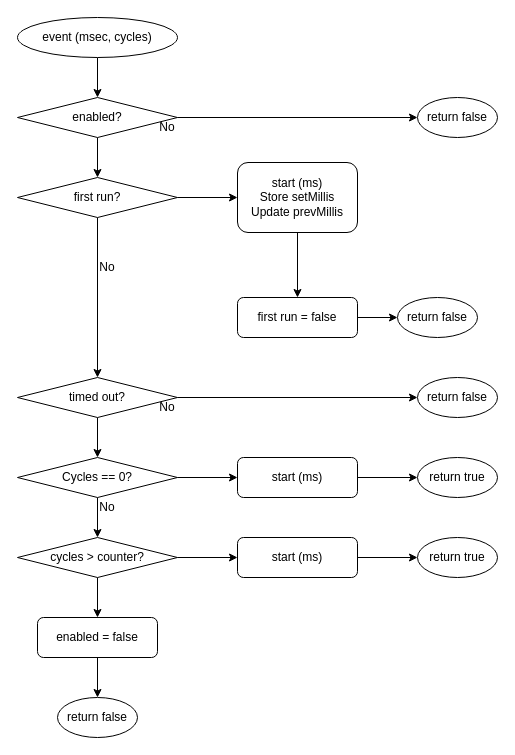
This is Flowchart.drawio from RichardLangner/SimpleTimer, a draw.io file, before an edit. Source tidied: cells renumbered, new cells numbered last; positions are measured from the earlier drawing's top-left corner, leaving out a move shared by most shapes. Both pictures are drawn from the tidied source at 100%, with x=0, y=0 at pixel (17, 17).
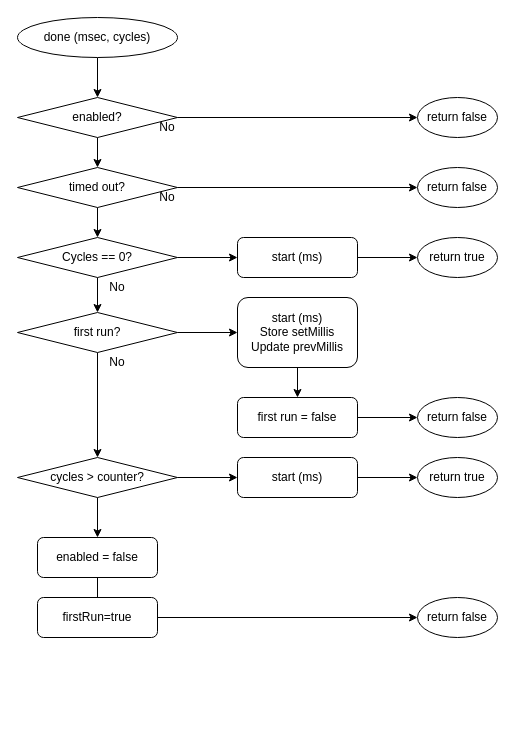
Above is the later version.

The change refers to these unchanged cells:
```xml
<mxCell id="6" value="enabled?" style="rhombus;whiteSpace=wrap;html=1;" parent="1" vertex="1">
  <mxGeometry y="80" width="160" height="40" as="geometry" />
</mxCell>
```

The edit, as a diff of the source:
```diff
@@
-    <mxCell id="3" value="event (msec, cycles)" style="ellipse;whiteSpace=wrap;html=1;" parent="1" vertex="1">
+    <mxCell id="3" value="done (msec, cycles)" style="ellipse;whiteSpace=wrap;html=1;" parent="1" vertex="1">
       <mxGeometry width="160" height="40" as="geometry" />
     </mxCell>
-    <mxCell id="4" style="edgeStyle=none;html=1;" parent="1" edge="1" source="6" target="9">
-      <mxGeometry relative="1" as="geometry" />
-    </mxCell>
@@
+    <mxCell id="39" style="edgeStyle=none;html=1;" parent="1" edge="1" source="6" target="12">
+      <mxGeometry relative="1" as="geometry" />
+    </mxCell>
@@
-    <mxCell id="7" style="edgeStyle=none;html=1;" parent="1" edge="1" source="9" target="12">
-      <mxGeometry relative="1" as="geometry" />
-    </mxCell>
@@
+    <mxCell id="40" style="edgeStyle=none;html=1;exitX=0.5;exitY=1;exitDx=0;exitDy=0;entryX=0.5;entryY=0;entryDx=0;entryDy=0;" parent="1" edge="1" source="9" target="18">
+      <mxGeometry relative="1" as="geometry" />
+    </mxCell>
     <mxCell id="9" value="first run?" style="rhombus;whiteSpace=wrap;html=1;" parent="1" vertex="1">
-      <mxGeometry y="160" width="160" height="40" as="geometry" />
+      <mxGeometry y="295" width="160" height="40" as="geometry" />
     </mxCell>
+    <mxCell id="11" style="edgeStyle=none;html=1;" parent="1" edge="1" source="12" target="28">
+      <mxGeometry relative="1" as="geometry" />
+    </mxCell>
@@
-    <mxCell id="11" style="edgeStyle=none;html=1;" parent="1" edge="1" source="12" target="28">
-      <mxGeometry relative="1" as="geometry" />
-    </mxCell>
     <mxCell id="12" value="timed out?" style="rhombus;whiteSpace=wrap;html=1;" parent="1" vertex="1">
-      <mxGeometry y="360" width="160" height="40" as="geometry" />
+      <mxGeometry y="150" width="160" height="40" as="geometry" />
     </mxCell>
-    <mxCell id="13" style="edgeStyle=none;html=1;" parent="1" edge="1" source="15" target="18">
-      <mxGeometry relative="1" as="geometry" />
-    </mxCell>
@@
+    <mxCell id="41" style="edgeStyle=none;html=1;" parent="1" edge="1" source="15" target="9">
+      <mxGeometry relative="1" as="geometry" />
+    </mxCell>
     <mxCell id="15" value="Cycles == 0?" style="rhombus;whiteSpace=wrap;html=1;" parent="1" vertex="1">
-      <mxGeometry y="440" width="160" height="40" as="geometry" />
+      <mxGeometry y="220" width="160" height="40" as="geometry" />
     </mxCell>
@@
     <mxCell id="18" value="cycles &amp;gt; counter?" style="rhombus;whiteSpace=wrap;html=1;" parent="1" vertex="1">
-      <mxGeometry y="520" width="160" height="40" as="geometry" />
+      <mxGeometry y="440" width="160" height="40" as="geometry" />
     </mxCell>
@@
     <mxCell id="20" value="No" style="text;html=1;strokeColor=none;fillColor=none;align=center;verticalAlign=middle;whiteSpace=wrap;rounded=0;" parent="1" vertex="1">
-      <mxGeometry x="70" y="240" width="40" height="20" as="geometry" />
+      <mxGeometry x="80" y="260" width="40" height="20" as="geometry" />
     </mxCell>
     <mxCell id="21" value="No" style="text;html=1;strokeColor=none;fillColor=none;align=center;verticalAlign=middle;whiteSpace=wrap;rounded=0;" parent="1" vertex="1">
-      <mxGeometry x="130" y="380" width="40" height="20" as="geometry" />
+      <mxGeometry x="130" y="170" width="40" height="20" as="geometry" />
     </mxCell>
     <mxCell id="22" value="No" style="text;html=1;strokeColor=none;fillColor=none;align=center;verticalAlign=middle;whiteSpace=wrap;rounded=0;" parent="1" vertex="1">
-      <mxGeometry x="70" y="480" width="40" height="20" as="geometry" />
+      <mxGeometry x="80" y="335" width="40" height="20" as="geometry" />
     </mxCell>
@@
     <mxCell id="25" value="start (ms)&lt;br&gt;Store setMillis&lt;br&gt;Update prevMillis" style="rounded=1;whiteSpace=wrap;html=1;" parent="1" vertex="1">
-      <mxGeometry x="220" y="145" width="120" height="70" as="geometry" />
+      <mxGeometry x="220" y="280" width="120" height="70" as="geometry" />
     </mxCell>
@@
     <mxCell id="27" value="first run = false" style="rounded=1;whiteSpace=wrap;html=1;" parent="1" vertex="1">
-      <mxGeometry x="220" y="280" width="120" height="40" as="geometry" />
+      <mxGeometry x="220" y="380" width="120" height="40" as="geometry" />
     </mxCell>
     <mxCell id="28" value="return false" style="ellipse;whiteSpace=wrap;html=1;" parent="1" vertex="1">
-      <mxGeometry x="400" y="360" width="80" height="40" as="geometry" />
+      <mxGeometry x="400" y="150" width="80" height="40" as="geometry" />
     </mxCell>
@@
     <mxCell id="30" value="start (ms)" style="rounded=1;whiteSpace=wrap;html=1;" parent="1" vertex="1">
-      <mxGeometry x="220" y="440" width="120" height="40" as="geometry" />
+      <mxGeometry x="220" y="220" width="120" height="40" as="geometry" />
     </mxCell>
     <mxCell id="31" value="return true" style="ellipse;whiteSpace=wrap;html=1;" parent="1" vertex="1">
-      <mxGeometry x="400" y="440" width="80" height="40" as="geometry" />
+      <mxGeometry x="400" y="220" width="80" height="40" as="geometry" />
     </mxCell>
@@
     <mxCell id="33" value="start (ms)" style="rounded=1;whiteSpace=wrap;html=1;" parent="1" vertex="1">
-      <mxGeometry x="220" y="520" width="120" height="40" as="geometry" />
+      <mxGeometry x="220" y="440" width="120" height="40" as="geometry" />
     </mxCell>
     <mxCell id="34" value="return true" style="ellipse;whiteSpace=wrap;html=1;" parent="1" vertex="1">
-      <mxGeometry x="400" y="520" width="80" height="40" as="geometry" />
+      <mxGeometry x="400" y="440" width="80" height="40" as="geometry" />
     </mxCell>
-    <mxCell id="35" style="edgeStyle=none;html=1;" parent="1" edge="1" source="36" target="37">
+    <mxCell id="35" style="edgeStyle=none;html=1;startArrow=none;" parent="1" edge="1" source="42" target="37">
       <mxGeometry relative="1" as="geometry" />
     </mxCell>
     <mxCell id="36" value="enabled = false" style="rounded=1;whiteSpace=wrap;html=1;" parent="1" vertex="1">
-      <mxGeometry x="20" y="600" width="120" height="40" as="geometry" />
+      <mxGeometry x="20" y="520" width="120" height="40" as="geometry" />
     </mxCell>
     <mxCell id="37" value="return false" style="ellipse;whiteSpace=wrap;html=1;" parent="1" vertex="1">
-      <mxGeometry x="40" y="680" width="80" height="40" as="geometry" />
+      <mxGeometry x="400" y="580" width="80" height="40" as="geometry" />
     </mxCell>
     <mxCell id="38" value="return false" style="ellipse;whiteSpace=wrap;html=1;" parent="1" vertex="1">
-      <mxGeometry x="380" y="280" width="80" height="40" as="geometry" />
+      <mxGeometry x="400" y="380" width="80" height="40" as="geometry" />
     </mxCell>
+    <mxCell id="42" value="firstRun=true" style="rounded=1;whiteSpace=wrap;html=1;" parent="1" vertex="1">
+      <mxGeometry x="20" y="580" width="120" height="40" as="geometry" />
+    </mxCell>
+    <mxCell id="43" style="edgeStyle=none;html=1;endArrow=none;" parent="1" edge="1" source="36" target="42">
+      <mxGeometry relative="1" as="geometry" />
+    </mxCell>
```
